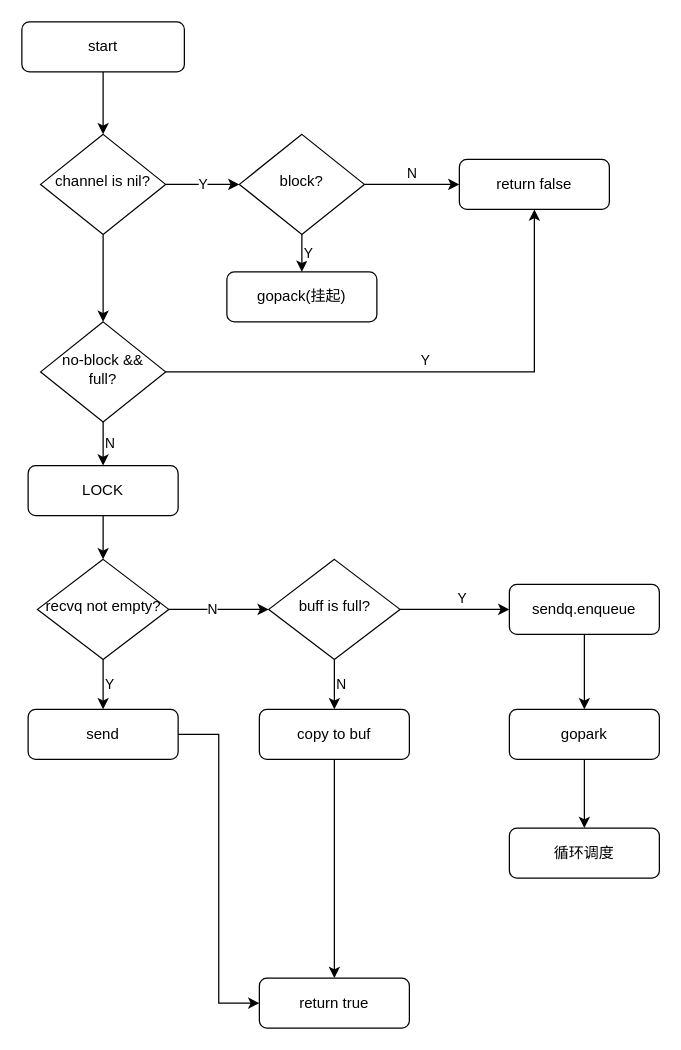
Above: go_channel/chansend.drawio in dogslee/draw (draw.io), before the change. Source tidied: cells renumbered, new cells numbered last; positions are measured from the earlier drawing's top-left corner, leaving out a move shared by most shapes. Both pictures are drawn from the tidied source at 125%, with x=0, y=0 at pixel (21, 21).
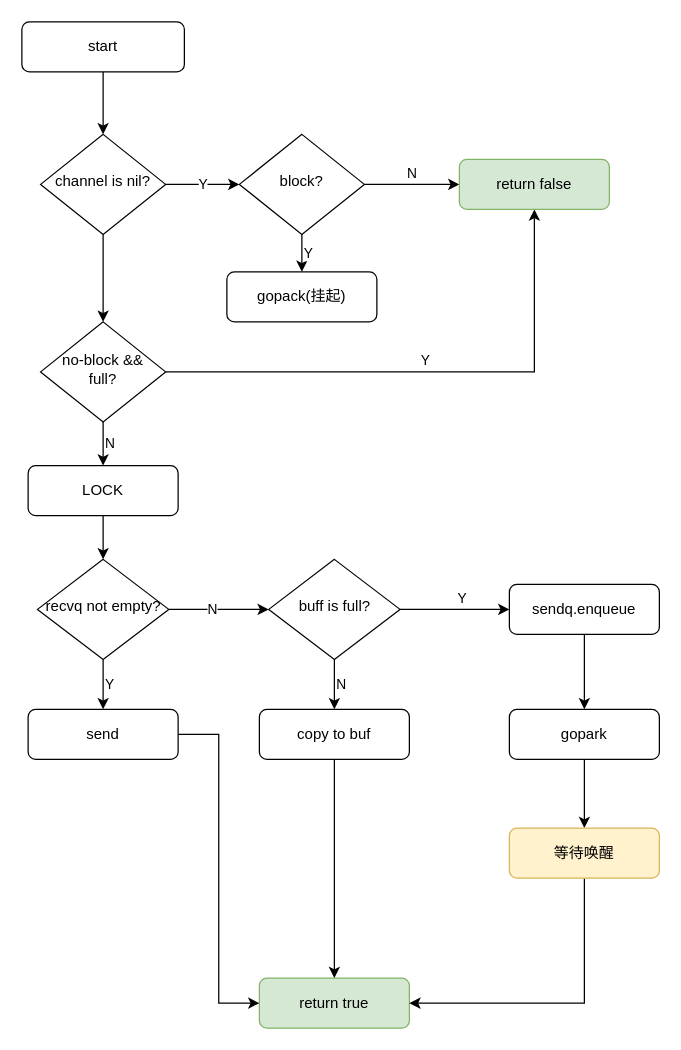
Above is the later version.

What changed in the source:
```diff
@@
-    <mxCell id="13" value="return false" style="rounded=1;whiteSpace=wrap;html=1;fontSize=12;glass=0;strokeWidth=1;shadow=0;" parent="1" vertex="1">
+    <mxCell id="13" value="return false" style="rounded=1;whiteSpace=wrap;html=1;fontSize=12;glass=0;strokeWidth=1;shadow=0;fillColor=#d5e8d4;strokeColor=#82b366;" parent="1" vertex="1">
       <mxGeometry x="350" y="110" width="120" height="40" as="geometry" />
     </mxCell>
@@
-    <mxCell id="18" value="return true" style="rounded=1;whiteSpace=wrap;html=1;fontSize=12;glass=0;strokeWidth=1;shadow=0;" parent="1" vertex="1">
+    <mxCell id="18" value="return true" style="rounded=1;whiteSpace=wrap;html=1;fontSize=12;glass=0;strokeWidth=1;shadow=0;fillColor=#d5e8d4;strokeColor=#82b366;" parent="1" vertex="1">
       <mxGeometry x="190" y="765" width="120" height="40" as="geometry" />
     </mxCell>
@@
+    <mxCell id="33" style="edgeStyle=orthogonalEdgeStyle;rounded=0;jettySize=auto;html=1;entryX=1;entryY=0.5;entryDx=0;entryDy=0;align=left;verticalAlign=bottom;" parent="1" edge="1" source="30" target="18">
+      <mxGeometry relative="1" as="geometry">
+        <Array as="points">
+          <mxPoint x="450" y="785" />
+        </Array>
+      </mxGeometry>
+    </mxCell>
-    <mxCell id="30" value="循环调度" style="rounded=1;whiteSpace=wrap;html=1;fontSize=12;glass=0;strokeWidth=1;shadow=0;" parent="1" vertex="1">
+    <mxCell id="30" value="等待唤醒" style="rounded=1;whiteSpace=wrap;html=1;fontSize=12;glass=0;strokeWidth=1;shadow=0;fillColor=#fff2cc;strokeColor=#d6b656;" parent="1" vertex="1">
       <mxGeometry x="390" y="645" width="120" height="40" as="geometry" />
     </mxCell>
```
